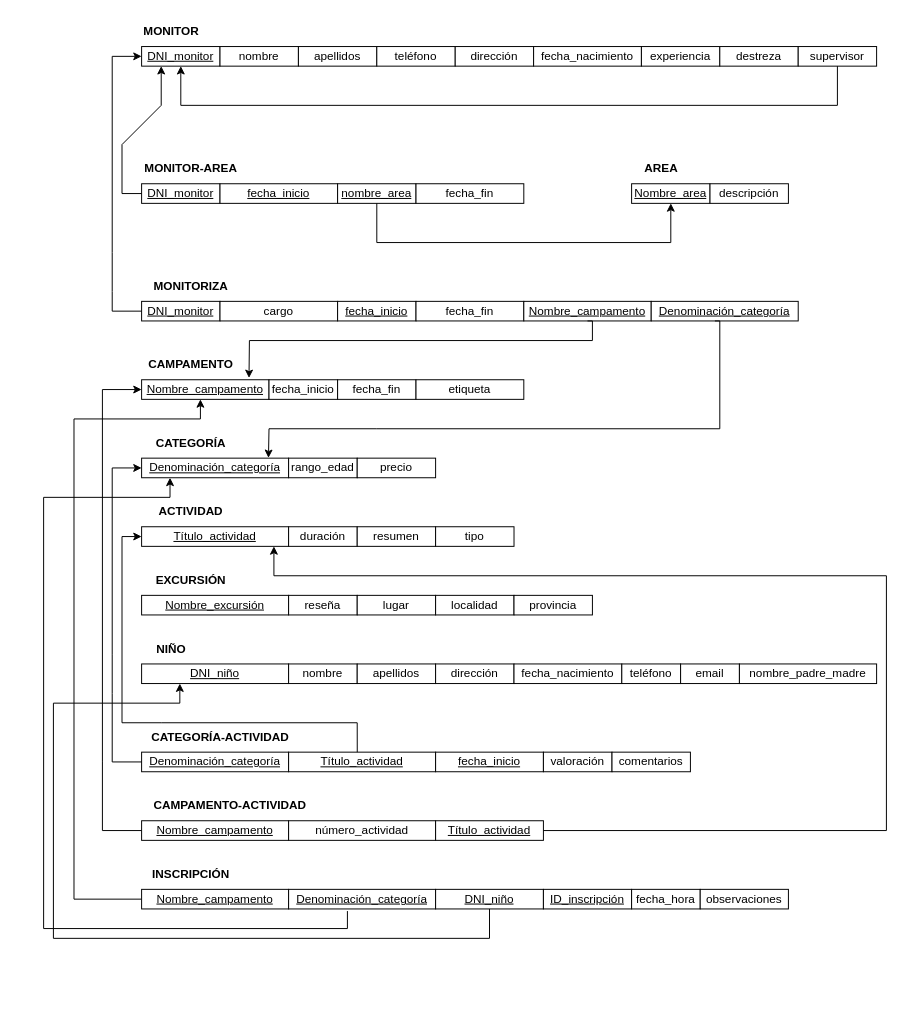
The draw.io diagram Diagrama sin título.drawio in rodrigomeijome/bd-diagram, before the edit. Source tidied: cells renumbered, new cells numbered last; positions are measured from the earlier drawing's top-left corner, leaving out a move shared by most shapes. Both pictures are drawn from the tidied source at 98%, with x=0, y=0 at pixel (43, 17).
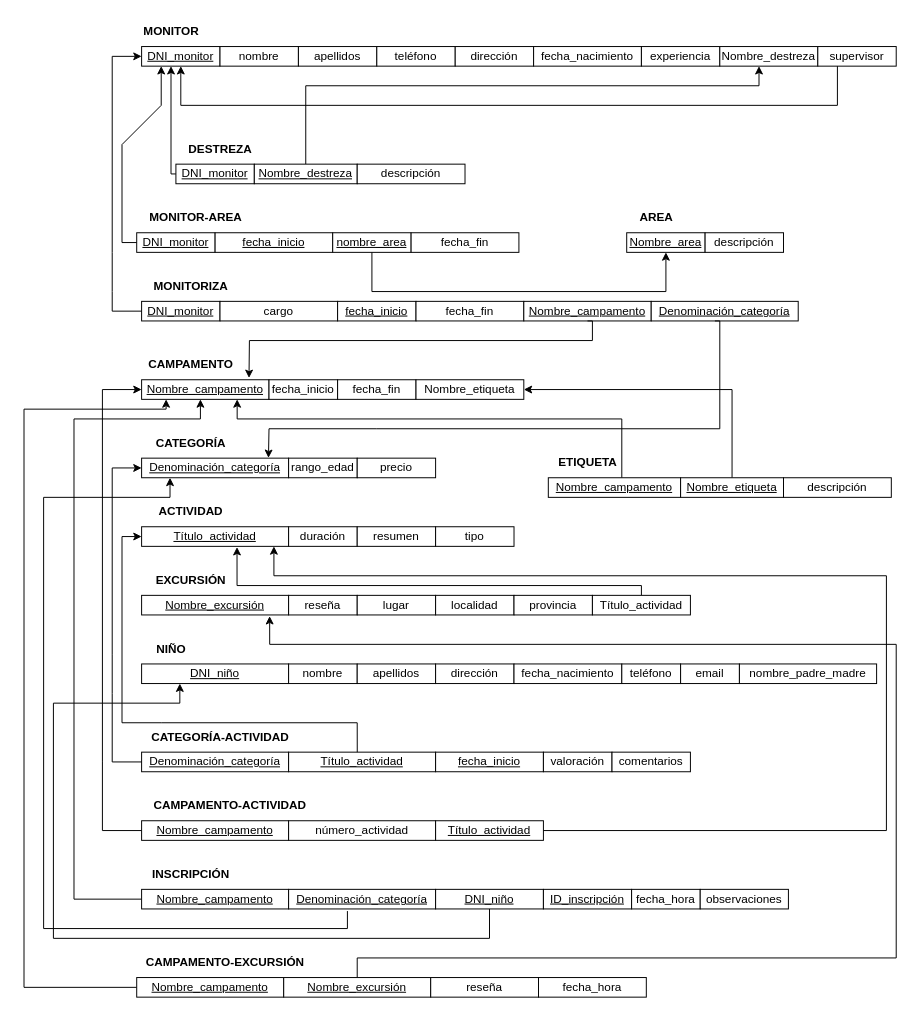
The same diagram, later.

The change refers to these unchanged cells:
```xml
<mxCell id="32" value="&lt;u&gt;Nombre_campamento&lt;/u&gt;" style="whiteSpace=wrap;html=1;" parent="1" vertex="1">
  <mxGeometry x="100" y="370" width="130" height="20" as="geometry" />
</mxCell>
<mxCell id="43" value="&lt;u&gt;Título_actividad&lt;/u&gt;" style="whiteSpace=wrap;html=1;" parent="1" vertex="1">
  <mxGeometry x="100" y="520" width="150" height="20" as="geometry" />
</mxCell>
<mxCell id="48" value="&lt;u&gt;Nombre_excursión&lt;/u&gt;" style="whiteSpace=wrap;html=1;" parent="1" vertex="1">
  <mxGeometry x="100" y="590" width="150" height="20" as="geometry" />
</mxCell>
```

The edit, as a diff of the source:
```diff
@@
-    <mxCell id="10" value="destreza" style="whiteSpace=wrap;html=1;" parent="1" vertex="1">
-      <mxGeometry x="690" y="30" width="80" height="20" as="geometry" />
+    <mxCell id="10" value="Nombre_destreza" style="whiteSpace=wrap;html=1;" parent="1" vertex="1">
+      <mxGeometry x="690" y="30" width="100" height="20" as="geometry" />
     </mxCell>
     <mxCell id="11" value="supervisor" style="whiteSpace=wrap;html=1;" parent="1" vertex="1">
-      <mxGeometry x="770" y="30" width="80" height="20" as="geometry" />
+      <mxGeometry x="790" y="30" width="80" height="20" as="geometry" />
     </mxCell>
-    <mxCell id="12" style="endArrow=classic;html=1;rounded=0;exitX=0.5;exitY=1;exitDx=0;exitDy=0;" parent="1" edge="1" source="11">
+    <mxCell id="12" style="endArrow=classic;html=1;rounded=0;exitX=0.25;exitY=1;exitDx=0;exitDy=0;" parent="1" edge="1" source="11">
       <mxGeometry relative="1" as="geometry">
         <mxPoint x="140" y="50" as="targetPoint" />
         <Array as="points">
           <mxPoint x="810" y="90" />
           <mxPoint x="140" y="90" />
         </Array>
       </mxGeometry>
     </mxCell>
     <mxCell id="13" value="&lt;b&gt;MONITOR-AREA&lt;/b&gt;" style="text;html=1;align=center;verticalAlign=middle;strokeColor=none;fillColor=none;" parent="1" vertex="1">
-      <mxGeometry x="90" y="140" width="120" height="30" as="geometry" />
+      <mxGeometry x="95" y="190" width="120" height="30" as="geometry" />
     </mxCell>
     <mxCell id="14" value="&lt;u&gt;DNI_monitor&lt;/u&gt;" style="whiteSpace=wrap;html=1;" parent="1" vertex="1">
-      <mxGeometry x="100" y="170" width="80" height="20" as="geometry" />
+      <mxGeometry x="95" y="220" width="80" height="20" as="geometry" />
     </mxCell>
     <mxCell id="15" value="&lt;b&gt;AREA&lt;/b&gt;" style="text;html=1;align=center;verticalAlign=middle;strokeColor=none;fillColor=none;" parent="1" vertex="1">
-      <mxGeometry x="600" y="140" width="60" height="30" as="geometry" />
+      <mxGeometry x="595" y="190" width="60" height="30" as="geometry" />
     </mxCell>
     <mxCell id="16" value="&lt;u&gt;Nombre_area&lt;/u&gt;" style="whiteSpace=wrap;html=1;" parent="1" vertex="1">
-      <mxGeometry x="600" y="170" width="80" height="20" as="geometry" />
+      <mxGeometry x="595" y="220" width="80" height="20" as="geometry" />
     </mxCell>
     <mxCell id="17" value="descripción" style="whiteSpace=wrap;html=1;" parent="1" vertex="1">
-      <mxGeometry x="680" y="170" width="80" height="20" as="geometry" />
+      <mxGeometry x="675" y="220" width="80" height="20" as="geometry" />
     </mxCell>
     <mxCell id="18" value="&lt;u&gt;fecha_inicio&lt;/u&gt;" style="whiteSpace=wrap;html=1;" parent="1" vertex="1">
-      <mxGeometry x="180" y="170" width="120" height="20" as="geometry" />
+      <mxGeometry x="175" y="220" width="120" height="20" as="geometry" />
     </mxCell>
     <mxCell id="19" value="&lt;u&gt;nombre_area&lt;/u&gt;" style="whiteSpace=wrap;html=1;" parent="1" vertex="1">
-      <mxGeometry x="300" y="170" width="80" height="20" as="geometry" />
+      <mxGeometry x="295" y="220" width="80" height="20" as="geometry" />
     </mxCell>
     <mxCell id="20" value="fecha_fin" style="whiteSpace=wrap;html=1;" parent="1" vertex="1">
-      <mxGeometry x="380" y="170" width="110" height="20" as="geometry" />
+      <mxGeometry x="375" y="220" width="110" height="20" as="geometry" />
     </mxCell>
     <mxCell id="21" style="endArrow=classic;html=1;rounded=0;exitX=0.5;exitY=1;exitDx=0;exitDy=0;entryX=0.5;entryY=1;entryDx=0;entryDy=0;" parent="1" edge="1" target="16">
       <mxGeometry relative="1" as="geometry">
-        <mxPoint x="340" y="190" as="sourcePoint" />
+        <mxPoint x="335" y="240" as="sourcePoint" />
         <Array as="points">
-          <mxPoint x="340" y="230" />
-          <mxPoint x="640" y="230" />
+          <mxPoint x="335" y="280" />
+          <mxPoint x="635" y="280" />
         </Array>
       </mxGeometry>
     </mxCell>
-    <mxCell id="22" style="endArrow=classic;html=1;rounded=0;" parent="1" edge="1">
+    <mxCell id="22" style="endArrow=classic;html=1;rounded=0;exitX=0;exitY=0.5;exitDx=0;exitDy=0;" parent="1" edge="1" source="14">
       <mxGeometry relative="1" as="geometry">
-        <mxPoint x="100" y="180" as="sourcePoint" />
         <mxPoint x="120" y="50" as="targetPoint" />
         <Array as="points">
-          <mxPoint x="100" y="180" />
-          <mxPoint x="80" y="180" />
+          <mxPoint x="80" y="230" />
           <mxPoint x="80" y="130" />
           <mxPoint x="120" y="90" />
         </Array>
       </mxGeometry>
     </mxCell>
@@
-    <mxCell id="35" value="etiqueta" style="whiteSpace=wrap;html=1;" parent="1" vertex="1">
+    <mxCell id="35" value="Nombre_etiqueta" style="whiteSpace=wrap;html=1;" parent="1" vertex="1">
       <mxGeometry x="380" y="370" width="110" height="20" as="geometry" />
     </mxCell>
@@
+    <mxCell id="86" value="&lt;b&gt;DESTREZA&lt;/b&gt;" style="text;html=1;align=center;verticalAlign=middle;strokeColor=none;fillColor=none;" parent="1" vertex="1">
+      <mxGeometry x="135" y="120" width="90" height="30" as="geometry" />
+    </mxCell>
+    <mxCell id="87" style="edgeStyle=orthogonalEdgeStyle;rounded=0;jettySize=auto;html=1;" parent="1" edge="1" source="88">
+      <mxGeometry relative="1" as="geometry">
+        <mxPoint x="130" y="50" as="targetPoint" />
+        <Array as="points">
+          <mxPoint x="130" y="160" />
+          <mxPoint x="130" y="50" />
+        </Array>
+      </mxGeometry>
+    </mxCell>
+    <mxCell id="88" value="&lt;u&gt;DNI_monitor&lt;/u&gt;" style="whiteSpace=wrap;html=1;" parent="1" vertex="1">
+      <mxGeometry x="135" y="150" width="80" height="20" as="geometry" />
+    </mxCell>
+    <mxCell id="89" style="edgeStyle=orthogonalEdgeStyle;rounded=0;jettySize=auto;html=1;" parent="1" edge="1" source="90">
+      <mxGeometry relative="1" as="geometry">
+        <mxPoint x="730" y="50" as="targetPoint" />
+        <Array as="points">
+          <mxPoint x="268" y="70" />
+          <mxPoint x="730" y="70" />
+        </Array>
+      </mxGeometry>
+    </mxCell>
+    <mxCell id="90" value="&lt;u&gt;Nombre_destreza&lt;/u&gt;" style="whiteSpace=wrap;html=1;" parent="1" vertex="1">
+      <mxGeometry x="215" y="150" width="105" height="20" as="geometry" />
+    </mxCell>
+    <mxCell id="91" value="descripción" style="whiteSpace=wrap;html=1;" parent="1" vertex="1">
+      <mxGeometry x="320" y="150" width="110" height="20" as="geometry" />
+    </mxCell>
+    <mxCell id="92" value="&lt;b&gt;ETIQUETA&lt;/b&gt;" style="text;html=1;align=center;verticalAlign=middle;strokeColor=none;fillColor=none;" parent="1" vertex="1">
+      <mxGeometry x="515" y="440" width="80" height="30" as="geometry" />
+    </mxCell>
+    <mxCell id="93" style="edgeStyle=orthogonalEdgeStyle;rounded=0;jettySize=auto;html=1;entryX=0.75;entryY=1;entryDx=0;entryDy=0;" parent="1" edge="1" source="94" target="32">
+      <mxGeometry relative="1" as="geometry">
+        <Array as="points">
+          <mxPoint x="590" y="410" />
+          <mxPoint x="198" y="410" />
+        </Array>
+      </mxGeometry>
+    </mxCell>
+    <mxCell id="94" value="&lt;u&gt;Nombre_campamento&lt;/u&gt;" style="whiteSpace=wrap;html=1;" parent="1" vertex="1">
+      <mxGeometry x="515" y="470" width="135" height="20" as="geometry" />
+    </mxCell>
+    <mxCell id="95" style="edgeStyle=orthogonalEdgeStyle;rounded=0;jettySize=auto;html=1;entryX=1;entryY=0.5;entryDx=0;entryDy=0;" parent="1" edge="1" source="96" target="35">
+      <mxGeometry relative="1" as="geometry">
+        <Array as="points">
+          <mxPoint x="703" y="380" />
+        </Array>
+      </mxGeometry>
+    </mxCell>
+    <mxCell id="96" value="&lt;u&gt;Nombre_etiqueta&lt;/u&gt;" style="whiteSpace=wrap;html=1;" parent="1" vertex="1">
+      <mxGeometry x="650" y="470" width="105" height="20" as="geometry" />
+    </mxCell>
+    <mxCell id="97" value="descripción" style="whiteSpace=wrap;html=1;" parent="1" vertex="1">
+      <mxGeometry x="755" y="470" width="110" height="20" as="geometry" />
+    </mxCell>
+    <mxCell id="98" style="edgeStyle=orthogonalEdgeStyle;rounded=0;jettySize=auto;html=1;entryX=0.649;entryY=1.038;entryDx=0;entryDy=0;entryPerimeter=0;" parent="1" edge="1" source="99" target="43">
+      <mxGeometry relative="1" as="geometry">
+        <Array as="points">
+          <mxPoint x="610" y="580" />
+          <mxPoint x="197" y="580" />
+        </Array>
+      </mxGeometry>
+    </mxCell>
+    <mxCell id="99" value="Título_actividad" style="whiteSpace=wrap;html=1;" parent="1" vertex="1">
+      <mxGeometry x="560" y="590" width="100" height="20" as="geometry" />
+    </mxCell>
+    <mxCell id="100" value="&lt;b&gt;CAMPAMENTO-EXCURSIÓN&lt;/b&gt;" style="text;html=1;align=center;verticalAlign=middle;strokeColor=none;fillColor=none;" parent="1" vertex="1">
+      <mxGeometry x="90" y="950" width="190" height="30" as="geometry" />
+    </mxCell>
+    <mxCell id="101" style="edgeStyle=orthogonalEdgeStyle;rounded=0;jettySize=auto;html=1;" parent="1" edge="1" source="102" target="32">
+      <mxGeometry relative="1" as="geometry">
+        <Array as="points">
+          <mxPoint x="-20" y="990" />
+          <mxPoint x="-20" y="400" />
+          <mxPoint x="125" y="400" />
+        </Array>
+      </mxGeometry>
+    </mxCell>
+    <mxCell id="102" value="&lt;u&gt;Nombre_campamento&lt;/u&gt;" style="whiteSpace=wrap;html=1;" parent="1" vertex="1">
+      <mxGeometry x="95" y="980" width="150" height="20" as="geometry" />
+    </mxCell>
+    <mxCell id="103" style="edgeStyle=orthogonalEdgeStyle;rounded=0;jettySize=auto;html=1;exitX=0.5;exitY=0;exitDx=0;exitDy=0;entryX=0.871;entryY=1.06;entryDx=0;entryDy=0;entryPerimeter=0;" parent="1" edge="1" source="104" target="48">
+      <mxGeometry relative="1" as="geometry">
+        <Array as="points">
+          <mxPoint x="320" y="960" />
+          <mxPoint x="870" y="960" />
+          <mxPoint x="870" y="640" />
+          <mxPoint x="231" y="640" />
+        </Array>
+      </mxGeometry>
+    </mxCell>
+    <mxCell id="104" value="&lt;u&gt;Nombre_excursión&lt;/u&gt;" style="whiteSpace=wrap;html=1;" parent="1" vertex="1">
+      <mxGeometry x="245" y="980" width="150" height="20" as="geometry" />
+    </mxCell>
+    <mxCell id="105" value="reseña" style="whiteSpace=wrap;html=1;" parent="1" vertex="1">
+      <mxGeometry x="395" y="980" width="110" height="20" as="geometry" />
+    </mxCell>
+    <mxCell id="106" value="fecha_hora" style="whiteSpace=wrap;html=1;" parent="1" vertex="1">
+      <mxGeometry x="505" y="980" width="110" height="20" as="geometry" />
+    </mxCell>
```
